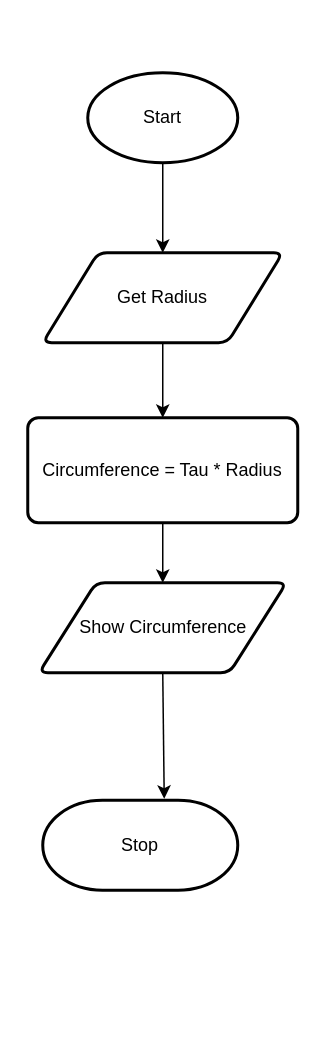
Ethan-Prieur1/ICS3U-Unit5-02-Python keeps this draw.io diagram as flowchart.drawio. Above is the earlier version. Source tidied: cells renumbered, new cells numbered last; positions are measured from the earlier drawing's top-left corner, leaving out a move shared by most shapes. Both pictures are drawn from the tidied source at 150%, with x=0, y=0 at pixel (27, 72).
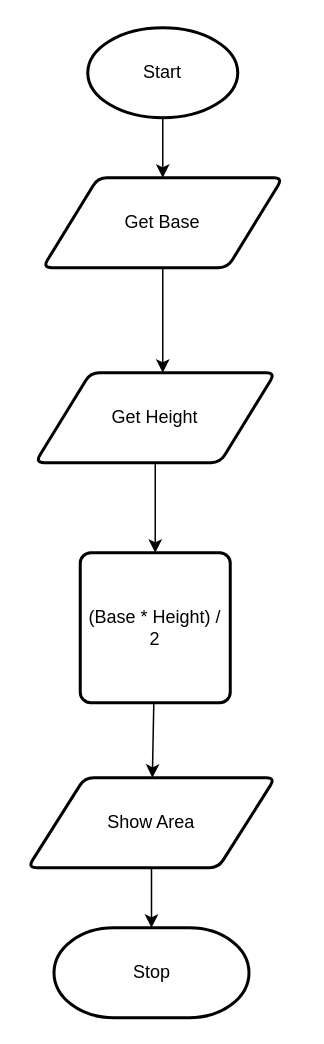
The same diagram, later.

The edit, as a diff of the source:
```diff
@@
 <mxGraphModel>
   <root>
     <mxCell id="0" />
     <mxCell id="1" parent="0" />
     <mxCell id="2" style="edgeStyle=none;html=1;exitX=0.5;exitY=1;exitDx=0;exitDy=0;exitPerimeter=0;entryX=0.5;entryY=0;entryDx=0;entryDy=0;" parent="1" edge="1" source="3" target="5">
       <mxGeometry relative="1" as="geometry" />
     </mxCell>
     <mxCell id="3" value="Start" style="strokeWidth=2;html=1;shape=mxgraph.flowchart.start_1;whiteSpace=wrap;" parent="1" vertex="1">
-      <mxGeometry x="40" width="100" height="60" as="geometry" />
+      <mxGeometry x="40" y="-30" width="100" height="60" as="geometry" />
     </mxCell>
-    <mxCell id="4" style="edgeStyle=none;html=1;exitX=0.5;exitY=1;exitDx=0;exitDy=0;entryX=0.5;entryY=0;entryDx=0;entryDy=0;" parent="1" edge="1" source="5" target="7">
-      <mxGeometry relative="1" as="geometry" />
+    <mxCell id="4" style="edgeStyle=none;html=1;exitX=0.5;exitY=1;exitDx=0;exitDy=0;" parent="1" edge="1" source="5">
+      <mxGeometry relative="1" as="geometry">
+        <mxPoint x="90" y="200" as="targetPoint" />
+      </mxGeometry>
     </mxCell>
-    <mxCell id="5" value="Get Radius" style="shape=parallelogram;html=1;strokeWidth=2;perimeter=parallelogramPerimeter;whiteSpace=wrap;rounded=1;arcSize=12;size=0.23;" parent="1" vertex="1">
-      <mxGeometry x="10" y="120" width="160" height="60" as="geometry" />
+    <mxCell id="5" value="Get Base" style="shape=parallelogram;html=1;strokeWidth=2;perimeter=parallelogramPerimeter;whiteSpace=wrap;rounded=1;arcSize=12;size=0.23;" parent="1" vertex="1">
+      <mxGeometry x="10" y="70" width="160" height="60" as="geometry" />
     </mxCell>
-    <mxCell id="6" style="edgeStyle=none;html=1;exitX=0.5;exitY=1;exitDx=0;exitDy=0;entryX=0.5;entryY=0;entryDx=0;entryDy=0;" parent="1" edge="1" source="7" target="9">
-      <mxGeometry relative="1" as="geometry" />
-    </mxCell>
-    <mxCell id="7" value="Circumference = Tau * Radius" style="rounded=1;whiteSpace=wrap;html=1;absoluteArcSize=1;arcSize=14;strokeWidth=2;" parent="1" vertex="1">
-      <mxGeometry y="230" width="180" height="70" as="geometry" />
-    </mxCell>
-    <mxCell id="8" style="edgeStyle=none;html=1;exitX=0.5;exitY=1;exitDx=0;exitDy=0;entryX=0.623;entryY=-0.017;entryDx=0;entryDy=0;entryPerimeter=0;" parent="1" edge="1" source="9" target="10">
+    <mxCell id="8" style="edgeStyle=none;html=1;exitX=0.5;exitY=1;exitDx=0;exitDy=0;entryX=0.5;entryY=0;entryDx=0;entryDy=0;entryPerimeter=0;" parent="1" edge="1" source="9" target="10">
       <mxGeometry relative="1" as="geometry" />
     </mxCell>
-    <mxCell id="9" value="Show Circumference" style="shape=parallelogram;html=1;strokeWidth=2;perimeter=parallelogramPerimeter;whiteSpace=wrap;rounded=1;arcSize=12;size=0.23;" parent="1" vertex="1">
-      <mxGeometry x="7.5" y="340" width="165" height="60" as="geometry" />
+    <mxCell id="9" value="Show Area" style="shape=parallelogram;html=1;strokeWidth=2;perimeter=parallelogramPerimeter;whiteSpace=wrap;rounded=1;arcSize=12;size=0.23;" parent="1" vertex="1">
+      <mxGeometry y="470" width="165" height="60" as="geometry" />
     </mxCell>
     <mxCell id="10" value="Stop" style="strokeWidth=2;html=1;shape=mxgraph.flowchart.terminator;whiteSpace=wrap;" parent="1" vertex="1">
-      <mxGeometry x="10" y="485" width="130" height="60" as="geometry" />
+      <mxGeometry x="17.5" y="570" width="130" height="60" as="geometry" />
     </mxCell>
+    <mxCell id="11" style="edgeStyle=none;html=1;" parent="1" edge="1" source="12" target="9">
+      <mxGeometry relative="1" as="geometry" />
+    </mxCell>
+    <mxCell id="12" value="(Base * Height) / 2" style="rounded=1;whiteSpace=wrap;html=1;absoluteArcSize=1;arcSize=14;strokeWidth=2;" parent="1" vertex="1">
+      <mxGeometry x="35" y="320" width="100" height="100" as="geometry" />
+    </mxCell>
+    <mxCell id="13" style="edgeStyle=none;html=1;" parent="1" edge="1" source="14" target="12">
+      <mxGeometry relative="1" as="geometry" />
+    </mxCell>
+    <mxCell id="14" value="Get Height" style="shape=parallelogram;html=1;strokeWidth=2;perimeter=parallelogramPerimeter;whiteSpace=wrap;rounded=1;arcSize=12;size=0.23;" parent="1" vertex="1">
+      <mxGeometry x="5" y="200" width="160" height="60" as="geometry" />
+    </mxCell>
   </root>
 </mxGraphModel>
```
